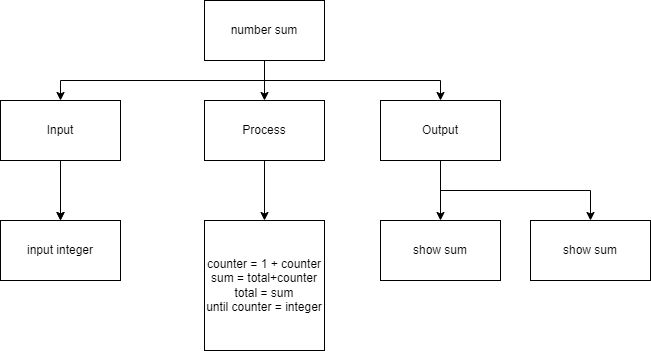
Before: plan.png, a diagram exported from draw.io (devin-jhu/ICS3U-Unit4-02-Python). Source tidied: cells renumbered, new cells last; positions are measured from the earlier drawing's top-left corner, leaving out a move shared by most shapes. The source it was exported from:
```xml
<mxGraphModel>
  <root>
    <mxCell id="0" />
    <mxCell id="1" parent="0" />
    <mxCell id="2" style="edgeStyle=orthogonalEdgeStyle;rounded=0;html=1;exitX=0.5;exitY=1;exitDx=0;exitDy=0;entryX=0.5;entryY=0;entryDx=0;entryDy=0;" parent="1" edge="1" source="5" target="10">
      <mxGeometry relative="1" as="geometry" />
    </mxCell>
    <mxCell id="3" style="edgeStyle=orthogonalEdgeStyle;rounded=0;html=1;exitX=0.5;exitY=1;exitDx=0;exitDy=0;entryX=0.5;entryY=0;entryDx=0;entryDy=0;" parent="1" edge="1" source="5" target="8">
      <mxGeometry relative="1" as="geometry" />
    </mxCell>
    <mxCell id="4" style="edgeStyle=orthogonalEdgeStyle;rounded=0;html=1;exitX=0.5;exitY=1;exitDx=0;exitDy=0;" parent="1" edge="1" source="5" target="13">
      <mxGeometry relative="1" as="geometry" />
    </mxCell>
    <mxCell id="5" value="number sum" style="rounded=0;whiteSpace=wrap;html=1;" parent="1" vertex="1">
      <mxGeometry x="204" width="120" height="60" as="geometry" />
    </mxCell>
    <mxCell id="6" style="edgeStyle=orthogonalEdgeStyle;rounded=0;html=1;exitX=0.5;exitY=1;exitDx=0;exitDy=0;entryX=0.5;entryY=0;entryDx=0;entryDy=0;" parent="1" edge="1" source="8">
      <mxGeometry relative="1" as="geometry">
        <mxPoint x="60" y="220" as="targetPoint" />
      </mxGeometry>
    </mxCell>
    <mxCell id="7" style="edgeStyle=orthogonalEdgeStyle;rounded=0;html=1;exitX=0.5;exitY=1;exitDx=0;exitDy=0;" parent="1" edge="1" source="8" target="16">
      <mxGeometry relative="1" as="geometry" />
    </mxCell>
    <mxCell id="8" value="Input" style="rounded=0;whiteSpace=wrap;html=1;" parent="1" vertex="1">
      <mxGeometry y="100" width="120" height="60" as="geometry" />
    </mxCell>
    <mxCell id="9" style="edgeStyle=orthogonalEdgeStyle;html=1;exitX=0.5;exitY=1;exitDx=0;exitDy=0;rounded=0;" parent="1" edge="1" source="10" target="14">
      <mxGeometry relative="1" as="geometry" />
    </mxCell>
    <mxCell id="10" value="Process" style="rounded=0;whiteSpace=wrap;html=1;" parent="1" vertex="1">
      <mxGeometry x="204" y="100" width="120" height="60" as="geometry" />
    </mxCell>
    <mxCell id="11" style="edgeStyle=orthogonalEdgeStyle;html=1;exitX=0.5;exitY=1;exitDx=0;exitDy=0;rounded=0;" parent="1" edge="1" source="13" target="15">
      <mxGeometry relative="1" as="geometry" />
    </mxCell>
    <mxCell id="12" style="edgeStyle=orthogonalEdgeStyle;html=1;exitX=0.5;exitY=1;exitDx=0;exitDy=0;entryX=0.5;entryY=0;entryDx=0;entryDy=0;rounded=0;" parent="1" edge="1" source="13" target="17">
      <mxGeometry relative="1" as="geometry" />
    </mxCell>
    <mxCell id="13" value="Output" style="rounded=0;whiteSpace=wrap;html=1;" parent="1" vertex="1">
      <mxGeometry x="380" y="100" width="120" height="60" as="geometry" />
    </mxCell>
    <mxCell id="14" value="counter = 1 + counter&lt;br&gt;sum = total+counter&lt;br&gt;total = sum&lt;br&gt;until counter = integer" style="rounded=0;whiteSpace=wrap;html=1;" parent="1" vertex="1">
      <mxGeometry x="204" y="220" width="120" height="130" as="geometry" />
    </mxCell>
    <mxCell id="15" value="show sum" style="rounded=0;whiteSpace=wrap;html=1;" parent="1" vertex="1">
      <mxGeometry x="380" y="220" width="120" height="60" as="geometry" />
    </mxCell>
    <mxCell id="16" value="input integer" style="rounded=0;whiteSpace=wrap;html=1;" parent="1" vertex="1">
      <mxGeometry y="220" width="120" height="60" as="geometry" />
    </mxCell>
    <mxCell id="17" value="show sum" style="rounded=0;whiteSpace=wrap;html=1;" parent="1" vertex="1">
      <mxGeometry x="530" y="220" width="120" height="60" as="geometry" />
    </mxCell>
  </root>
</mxGraphModel>
```
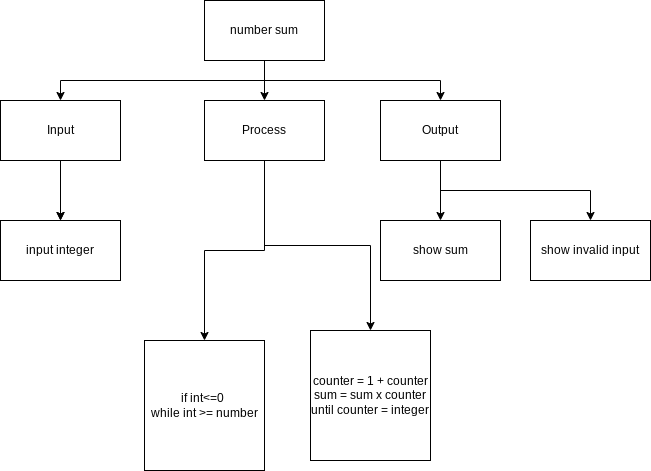
The same file after the commit.

Change to the diagram source:
```diff
@@ -28,6 +28,9 @@
     <mxCell id="9" style="edgeStyle=orthogonalEdgeStyle;html=1;exitX=0.5;exitY=1;exitDx=0;exitDy=0;rounded=0;" parent="1" edge="1" source="10" target="14">
       <mxGeometry relative="1" as="geometry" />
     </mxCell>
+    <mxCell id="18" style="edgeStyle=orthogonalEdgeStyle;shape=connector;rounded=0;html=1;exitX=0.5;exitY=1;exitDx=0;exitDy=0;labelBackgroundColor=default;fontFamily=Helvetica;fontSize=11;fontColor=default;endArrow=classic;strokeColor=default;" parent="1" edge="1" source="10" target="19">
+      <mxGeometry relative="1" as="geometry" />
+    </mxCell>
     <mxCell id="10" value="Process" style="rounded=0;whiteSpace=wrap;html=1;" parent="1" vertex="1">
       <mxGeometry x="204" y="100" width="120" height="60" as="geometry" />
     </mxCell>
@@ -40,8 +43,8 @@
     <mxCell id="13" value="Output" style="rounded=0;whiteSpace=wrap;html=1;" parent="1" vertex="1">
       <mxGeometry x="380" y="100" width="120" height="60" as="geometry" />
     </mxCell>
-    <mxCell id="14" value="counter = 1 + counter&lt;br&gt;sum = total+counter&lt;br&gt;total = sum&lt;br&gt;until counter = integer" style="rounded=0;whiteSpace=wrap;html=1;" parent="1" vertex="1">
-      <mxGeometry x="204" y="220" width="120" height="130" as="geometry" />
+    <mxCell id="14" value="counter = 1 + counter&lt;br&gt;sum = sum x counter&lt;br&gt;until counter = integer" style="rounded=0;whiteSpace=wrap;html=1;" parent="1" vertex="1">
+      <mxGeometry x="310" y="330" width="120" height="130" as="geometry" />
     </mxCell>
     <mxCell id="15" value="show sum" style="rounded=0;whiteSpace=wrap;html=1;" parent="1" vertex="1">
       <mxGeometry x="380" y="220" width="120" height="60" as="geometry" />
@@ -49,8 +52,11 @@
     <mxCell id="16" value="input integer" style="rounded=0;whiteSpace=wrap;html=1;" parent="1" vertex="1">
       <mxGeometry y="220" width="120" height="60" as="geometry" />
     </mxCell>
-    <mxCell id="17" value="show sum" style="rounded=0;whiteSpace=wrap;html=1;" parent="1" vertex="1">
+    <mxCell id="17" value="show invalid input" style="rounded=0;whiteSpace=wrap;html=1;" parent="1" vertex="1">
       <mxGeometry x="530" y="220" width="120" height="60" as="geometry" />
     </mxCell>
+    <mxCell id="19" value="if int&amp;lt;=0&amp;nbsp;&lt;br&gt;while int &amp;gt;= number" style="rounded=0;whiteSpace=wrap;html=1;" parent="1" vertex="1">
+      <mxGeometry x="144" y="340" width="120" height="130" as="geometry" />
+    </mxCell>
   </root>
 </mxGraphModel>
```
